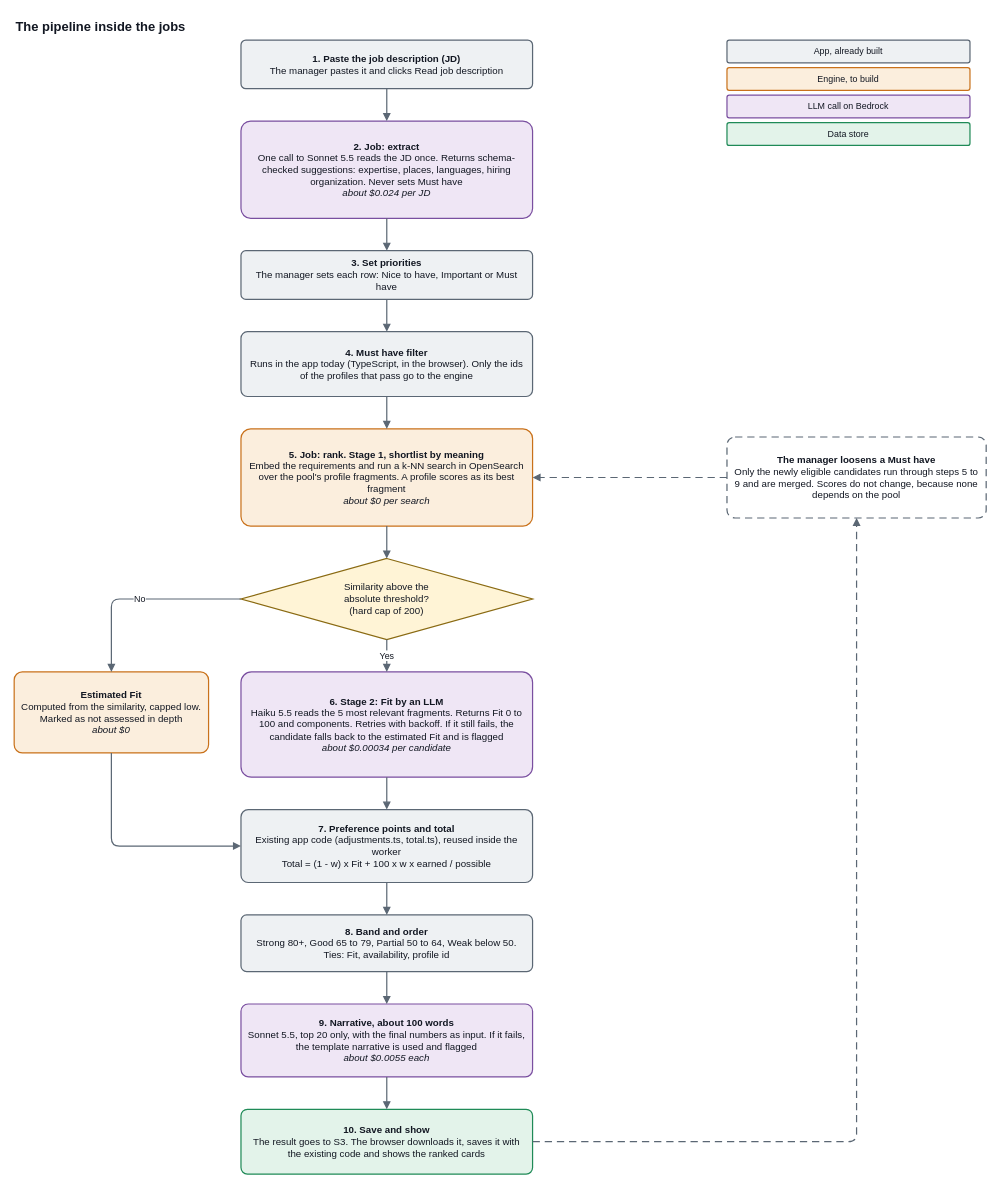
The draw.io diagram loop8/docs/architecture/diagrams/flow.en.drawio in benjiholzman/mavenscout, before the edit. Source tidied: cells renumbered, new cells numbered last; positions are measured from the earlier drawing's top-left corner, leaving out a move shared by most shapes. Both pictures are drawn from the tidied source at 81%, with x=0, y=0 at pixel (14, 14).
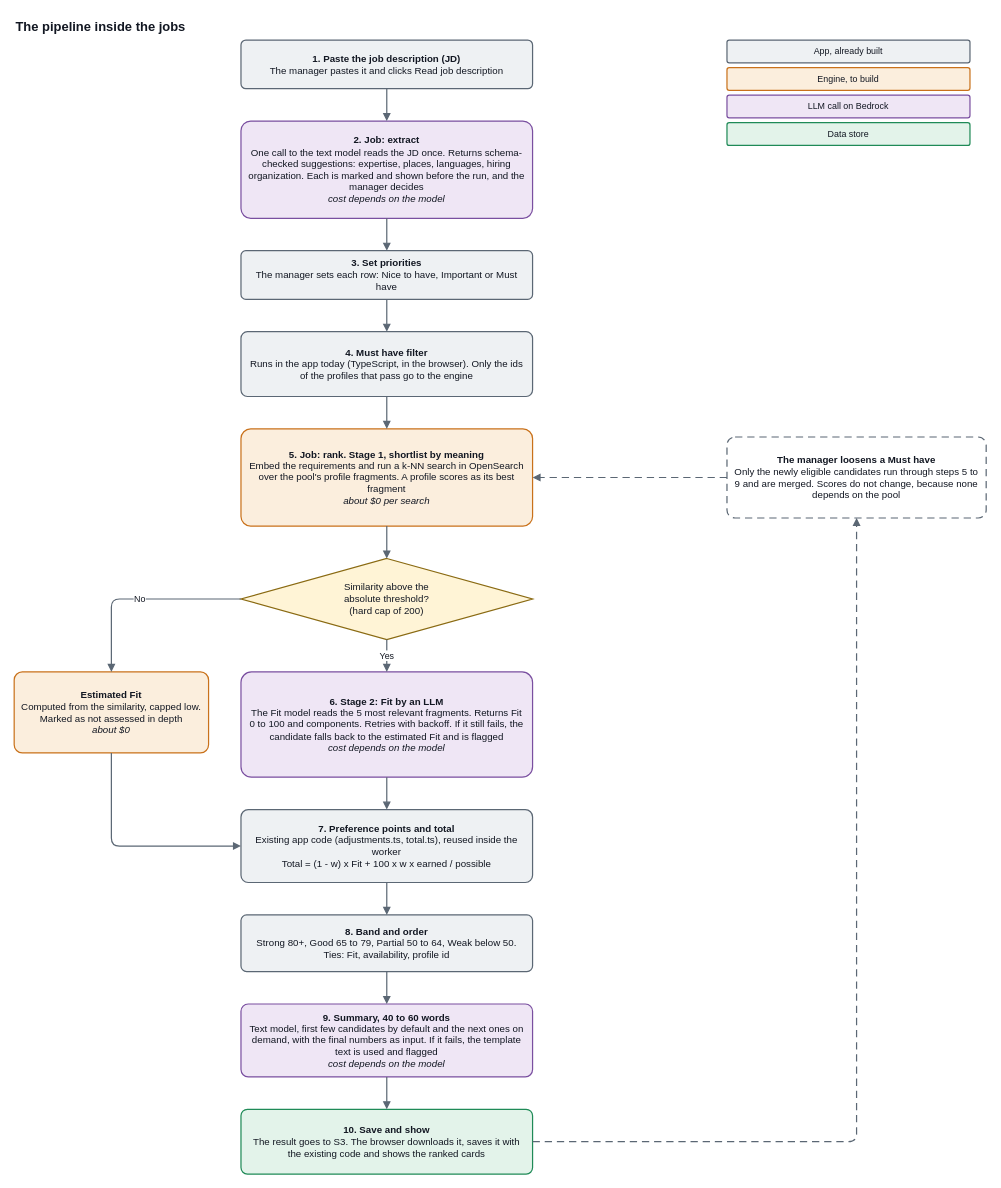
Above is the later version.

The edit, as a diff of the source:
```diff
@@
-    <mxCell id="8" value="&lt;b&gt;2. Job: extract&lt;/b&gt;&lt;br&gt;One call to Sonnet 5.5 reads the JD once. Returns schema-checked suggestions: expertise, places, languages, hiring organization. Never sets Must have&lt;br&gt;&lt;i&gt;about $0.024 per JD&lt;/i&gt;" style="rounded=1;arcSize=10;whiteSpace=wrap;html=1;fillColor=#efe6f5;strokeColor=#7a4fa0;fontColor=#121722;fontSize=12;strokeWidth=1.5;align=center;verticalAlign=middle;spacingLeft=8;spacingRight=8;" parent="1" vertex="1">
+    <mxCell id="8" value="&lt;b&gt;2. Job: extract&lt;/b&gt;&lt;br&gt;One call to the text model reads the JD once. Returns schema-checked suggestions: expertise, places, languages, hiring organization. Each is marked and shown before the run, and the manager decides&lt;br&gt;&lt;i&gt;cost depends on the model&lt;/i&gt;" style="rounded=1;arcSize=10;whiteSpace=wrap;html=1;fillColor=#efe6f5;strokeColor=#7a4fa0;fontColor=#121722;fontSize=12;strokeWidth=1.5;align=center;verticalAlign=middle;spacingLeft=8;spacingRight=8;" parent="1" vertex="1">
       <mxGeometry x="280" y="132" width="360" height="120" as="geometry" />
     </mxCell>
@@
-    <mxCell id="13" value="&lt;b&gt;6. Stage 2: Fit by an LLM&lt;/b&gt;&lt;br&gt;Haiku 5.5 reads the 5 most relevant fragments. Returns Fit 0 to 100 and components. Retries with backoff. If it still fails, the candidate falls back to the estimated Fit and is flagged&lt;br&gt;&lt;i&gt;about $0.00034 per candidate&lt;/i&gt;" style="rounded=1;arcSize=10;whiteSpace=wrap;html=1;fillColor=#efe6f5;strokeColor=#7a4fa0;fontColor=#121722;fontSize=12;strokeWidth=1.5;align=center;verticalAlign=middle;spacingLeft=8;spacingRight=8;" parent="1" vertex="1">
+    <mxCell id="13" value="&lt;b&gt;6. Stage 2: Fit by an LLM&lt;/b&gt;&lt;br&gt;The Fit model reads the 5 most relevant fragments. Returns Fit 0 to 100 and components. Retries with backoff. If it still fails, the candidate falls back to the estimated Fit and is flagged&lt;br&gt;&lt;i&gt;cost depends on the model&lt;/i&gt;" style="rounded=1;arcSize=10;whiteSpace=wrap;html=1;fillColor=#efe6f5;strokeColor=#7a4fa0;fontColor=#121722;fontSize=12;strokeWidth=1.5;align=center;verticalAlign=middle;spacingLeft=8;spacingRight=8;" parent="1" vertex="1">
       <mxGeometry x="280" y="812" width="360" height="130" as="geometry" />
     </mxCell>
@@
-    <mxCell id="17" value="&lt;b&gt;9. Narrative, about 100 words&lt;/b&gt;&lt;br&gt;Sonnet 5.5, top 20 only, with the final numbers as input. If it fails, the template narrative is used and flagged&lt;br&gt;&lt;i&gt;about $0.0055 each&lt;/i&gt;" style="rounded=1;arcSize=10;whiteSpace=wrap;html=1;fillColor=#efe6f5;strokeColor=#7a4fa0;fontColor=#121722;fontSize=12;strokeWidth=1.5;align=center;verticalAlign=middle;spacingLeft=8;spacingRight=8;" parent="1" vertex="1">
+    <mxCell id="17" value="&lt;b&gt;9. Summary, 40 to 60 words&lt;/b&gt;&lt;br&gt;Text model, first few candidates by default and the next ones on demand, with the final numbers as input. If it fails, the template text is used and flagged&lt;br&gt;&lt;i&gt;cost depends on the model&lt;/i&gt;" style="rounded=1;arcSize=10;whiteSpace=wrap;html=1;fillColor=#efe6f5;strokeColor=#7a4fa0;fontColor=#121722;fontSize=12;strokeWidth=1.5;align=center;verticalAlign=middle;spacingLeft=8;spacingRight=8;" parent="1" vertex="1">
       <mxGeometry x="280" y="1222" width="360" height="90" as="geometry" />
     </mxCell>
```
